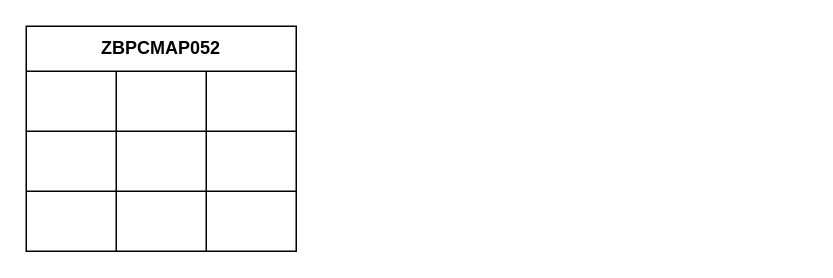
Before: zbpc049.drawio in jax-pzh/abap_test, a draw.io diagram. Source tidied: cells renumbered, new cells numbered last; positions are measured from the earlier drawing's top-left corner, leaving out a move shared by most shapes. Both pictures are drawn from the tidied source at 150%, with x=0, y=0 at pixel (26, 26).
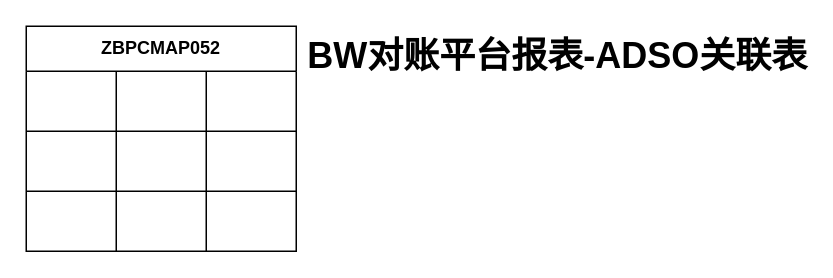
Above is the later version.

Diff of the diagram source:
```diff
@@
 <mxGraphModel>
   <root>
     <mxCell id="0" />
     <mxCell id="1" parent="0" />
     <mxCell id="2" value="ZBPCMAP052" style="shape=table;html=1;whiteSpace=wrap;startSize=30;childLayout=tableLayout;fontStyle=1;align=center;" parent="1" vertex="1">
       <mxGeometry width="180" height="150" as="geometry" />
     </mxCell>
     <mxCell id="3" style="shape=partialRectangle;html=1;whiteSpace=wrap;fillColor=none;top=0;left=0;bottom=0;right=0;" parent="2" vertex="1">
       <mxGeometry y="30" width="180" height="40" as="geometry" />
     </mxCell>
     <mxCell id="4" style="shape=partialRectangle;html=1;whiteSpace=wrap;fillColor=none;top=0;left=0;bottom=0;right=0;overflow=hidden;" parent="3" vertex="1">
       <mxGeometry width="60" height="40" as="geometry" />
     </mxCell>
     <mxCell id="5" style="shape=partialRectangle;html=1;whiteSpace=wrap;fillColor=none;top=0;left=0;bottom=0;right=0;overflow=hidden;" parent="3" vertex="1">
       <mxGeometry x="60" width="60" height="40" as="geometry" />
     </mxCell>
     <mxCell id="6" style="shape=partialRectangle;html=1;whiteSpace=wrap;fillColor=none;top=0;left=0;bottom=0;right=0;overflow=hidden;" parent="3" vertex="1">
       <mxGeometry x="120" width="60" height="40" as="geometry" />
     </mxCell>
     <mxCell id="7" style="shape=partialRectangle;html=1;whiteSpace=wrap;fillColor=none;top=0;left=0;bottom=0;right=0;" parent="2" vertex="1">
       <mxGeometry y="70" width="180" height="40" as="geometry" />
     </mxCell>
     <mxCell id="8" style="shape=partialRectangle;html=1;whiteSpace=wrap;fillColor=none;top=0;left=0;bottom=0;right=0;overflow=hidden;" parent="7" vertex="1">
       <mxGeometry width="60" height="40" as="geometry" />
     </mxCell>
     <mxCell id="9" style="shape=partialRectangle;html=1;whiteSpace=wrap;fillColor=none;top=0;left=0;bottom=0;right=0;overflow=hidden;" parent="7" vertex="1">
       <mxGeometry x="60" width="60" height="40" as="geometry" />
     </mxCell>
     <mxCell id="10" style="shape=partialRectangle;html=1;whiteSpace=wrap;fillColor=none;top=0;left=0;bottom=0;right=0;overflow=hidden;" parent="7" vertex="1">
       <mxGeometry x="120" width="60" height="40" as="geometry" />
     </mxCell>
     <mxCell id="11" style="shape=partialRectangle;html=1;whiteSpace=wrap;fillColor=none;top=0;left=0;bottom=0;right=0;" parent="2" vertex="1">
       <mxGeometry y="110" width="180" height="40" as="geometry" />
     </mxCell>
     <mxCell id="12" style="shape=partialRectangle;html=1;whiteSpace=wrap;fillColor=none;top=0;left=0;bottom=0;right=0;overflow=hidden;" parent="11" vertex="1">
       <mxGeometry width="60" height="40" as="geometry" />
     </mxCell>
     <mxCell id="13" style="shape=partialRectangle;html=1;whiteSpace=wrap;fillColor=none;top=0;left=0;bottom=0;right=0;overflow=hidden;" parent="11" vertex="1">
       <mxGeometry x="60" width="60" height="40" as="geometry" />
     </mxCell>
     <mxCell id="14" style="shape=partialRectangle;html=1;whiteSpace=wrap;fillColor=none;top=0;left=0;bottom=0;right=0;overflow=hidden;" parent="11" vertex="1">
       <mxGeometry x="120" width="60" height="40" as="geometry" />
     </mxCell>
+    <mxCell id="15" value="BW对账平台报表-ADSO关联表" style="text;strokeColor=none;fillColor=none;html=1;fontSize=24;fontStyle=1;verticalAlign=middle;align=center;" parent="1" vertex="1">
+      <mxGeometry x="304" width="100" height="40" as="geometry" />
+    </mxCell>
   </root>
 </mxGraphModel>
```
